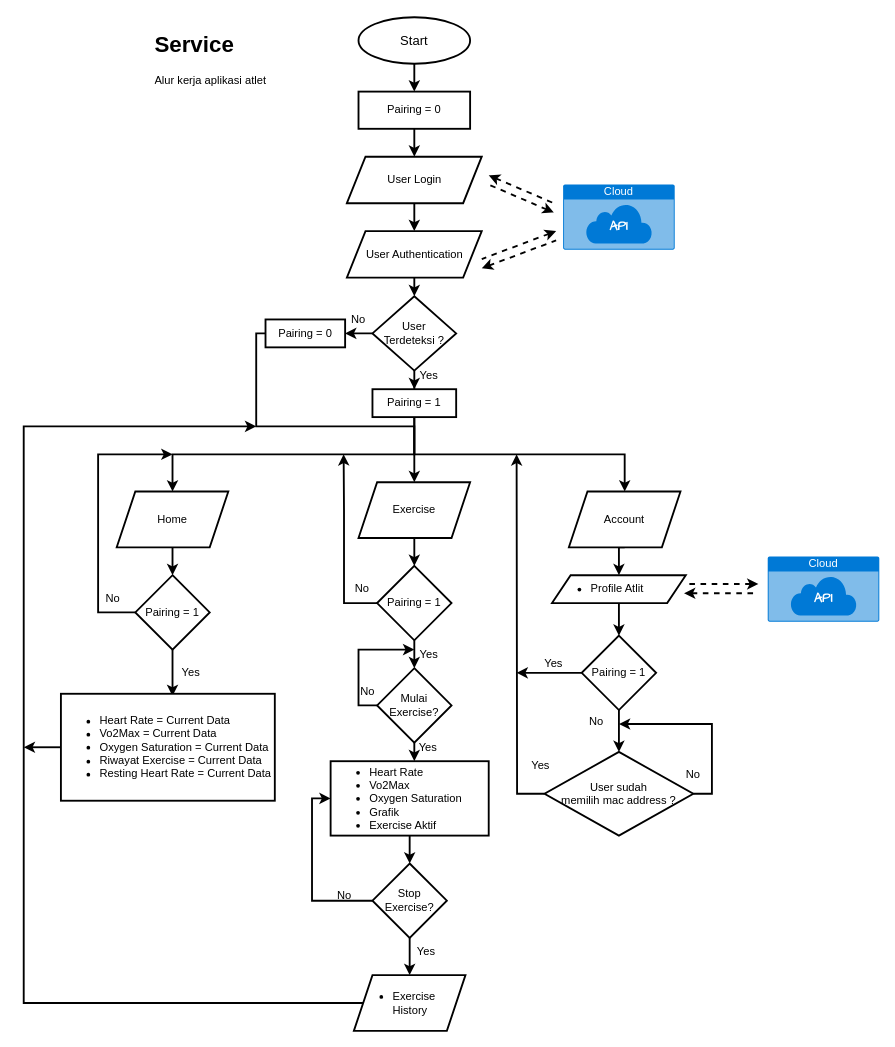
ilhamdestyo/draw.io keeps this draw.io diagram as Smartwatch.drawio. Above is the earlier version. Source tidied: cells renumbered, new cells numbered last; positions are measured from the earlier drawing's top-left corner, leaving out a move shared by most shapes. Both pictures are drawn from the tidied source at 93%, with x=0, y=0 at pixel (23, 17).
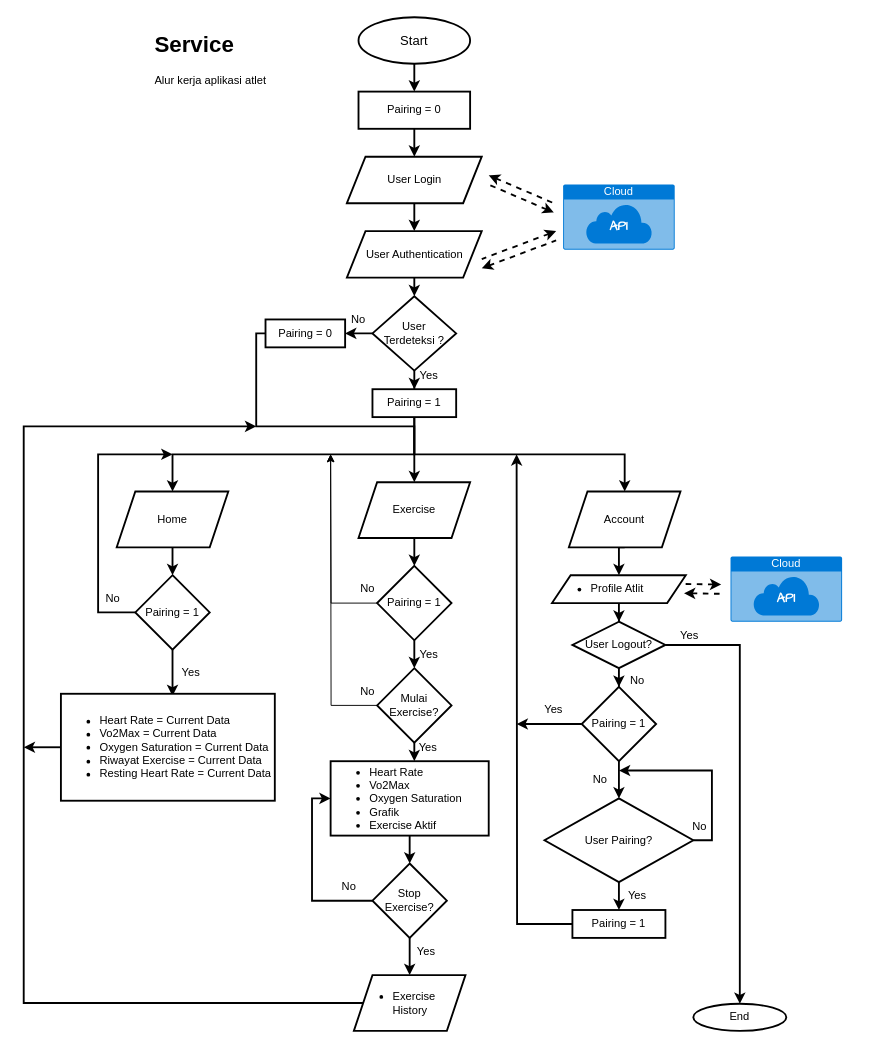
Above is the later version.

Unchanged cells that the change refers to:
```xml
<mxCell id="9" value="&lt;ul&gt;&lt;li&gt;Profile Atlit&lt;/li&gt;&lt;/ul&gt;" style="shape=parallelogram;perimeter=parallelogramPerimeter;whiteSpace=wrap;html=1;fixedSize=1;align=left;strokeWidth=2;" parent="1" vertex="1">
  <mxGeometry x="568.1" y="600" width="143.8" height="30" as="geometry" />
</mxCell>
<mxCell id="42" value="Pairing = 1" style="rhombus;whiteSpace=wrap;html=1;strokeWidth=2;" parent="1" vertex="1">
  <mxGeometry x="380" y="590" width="80" height="80" as="geometry" />
</mxCell>
<mxCell id="63" value="Mulai&lt;br&gt;Exercise?" style="rhombus;whiteSpace=wrap;html=1;strokeWidth=2;" parent="1" vertex="1">
  <mxGeometry x="380" y="700" width="80" height="80" as="geometry" />
</mxCell>
<mxCell id="64" value="Yes" style="text;html=1;strokeColor=none;fillColor=none;align=center;verticalAlign=middle;whiteSpace=wrap;rounded=0;strokeWidth=2;" parent="1" vertex="1">
  <mxGeometry x="405.6" y="670" width="60" height="30" as="geometry" />
</mxCell>
```

The edit, as a diff of the source:
```diff
@@
-    <mxCell id="8" style="edgeStyle=orthogonalEdgeStyle;rounded=0;jettySize=auto;html=1;entryX=0.5;entryY=0;entryDx=0;entryDy=0;strokeWidth=2;" parent="1" edge="1" source="9" target="76">
-      <mxGeometry relative="1" as="geometry" />
-    </mxCell>
+    <mxCell id="77" style="edgeStyle=orthogonalEdgeStyle;rounded=0;jettySize=auto;html=1;strokeWidth=2;" parent="1" edge="1" source="9" target="86">
+      <mxGeometry relative="1" as="geometry" />
+    </mxCell>
@@
     <mxCell id="10" style="endArrow=none;dashed=1;html=1;rounded=0;strokeWidth=2;startArrow=classic;startFill=1;" parent="1" edge="1">
       <mxGeometry relative="1" as="geometry">
-        <mxPoint x="790" y="609.4" as="sourcePoint" />
+        <mxPoint x="750" y="610" as="sourcePoint" />
         <mxPoint x="710" y="609.4" as="targetPoint" />
       </mxGeometry>
     </mxCell>
     <mxCell id="11" style="endArrow=none;dashed=1;html=1;rounded=0;strokeWidth=2;startArrow=classic;startFill=1;" parent="1" edge="1">
       <mxGeometry relative="1" as="geometry">
         <mxPoint x="710" y="619.4" as="sourcePoint" />
-        <mxPoint x="790" y="619.4" as="targetPoint" />
+        <mxPoint x="750" y="620" as="targetPoint" />
       </mxGeometry>
     </mxCell>
     <mxCell id="12" style="group;strokeWidth=2;" parent="1" vertex="1">
-      <mxGeometry x="800" y="580" width="120" height="70" as="geometry" />
+      <mxGeometry x="760" y="580" width="120" height="70" as="geometry" />
     </mxCell>
@@
-    <mxCell id="22" style="edgeStyle=orthogonalEdgeStyle;rounded=0;jettySize=auto;html=1;strokeWidth=2;" parent="1" edge="1" source="24">
-      <mxGeometry relative="1" as="geometry">
-        <mxPoint x="640" y="760" as="targetPoint" />
-        <Array as="points">
-          <mxPoint x="740" y="835" />
-          <mxPoint x="740" y="760" />
-        </Array>
-      </mxGeometry>
-    </mxCell>
-    <mxCell id="23" style="edgeStyle=orthogonalEdgeStyle;rounded=0;jettySize=auto;html=1;strokeWidth=2;" parent="1" edge="1" source="24">
+    <mxCell id="23" style="edgeStyle=orthogonalEdgeStyle;rounded=0;jettySize=auto;html=1;strokeWidth=2;exitX=0;exitY=0.5;exitDx=0;exitDy=0;" parent="1" edge="1" source="90">
       <mxGeometry relative="1" as="geometry">
         <mxPoint x="530" y="470" as="targetPoint" />
       </mxGeometry>
     </mxCell>
+    <mxCell id="78" style="edgeStyle=orthogonalEdgeStyle;rounded=0;jettySize=auto;html=1;strokeWidth=2;" parent="1" edge="1" source="24">
+      <mxGeometry relative="1" as="geometry">
+        <mxPoint x="640" y="810" as="targetPoint" />
+        <Array as="points">
+          <mxPoint x="740" y="885" />
+          <mxPoint x="740" y="810" />
+        </Array>
+      </mxGeometry>
+    </mxCell>
+    <mxCell id="79" style="edgeStyle=orthogonalEdgeStyle;rounded=0;jettySize=auto;html=1;strokeWidth=2;" parent="1" edge="1" source="24" target="90">
+      <mxGeometry relative="1" as="geometry" />
+    </mxCell>
-    <mxCell id="24" value="User sudah &lt;br&gt;memilih mac address ?" style="rhombus;whiteSpace=wrap;html=1;align=center;strokeWidth=2;" parent="1" vertex="1">
-      <mxGeometry x="560" y="790" width="160" height="90" as="geometry" />
+    <mxCell id="24" value="User Pairing?" style="rhombus;whiteSpace=wrap;html=1;align=center;strokeWidth=2;" parent="1" vertex="1">
+      <mxGeometry x="560" y="840" width="160" height="90" as="geometry" />
     </mxCell>
@@
     <mxCell id="28" value="No" style="text;html=1;strokeColor=none;fillColor=none;align=center;verticalAlign=middle;whiteSpace=wrap;rounded=0;strokeWidth=2;" parent="1" vertex="1">
-      <mxGeometry x="315" y="930" width="60" height="30" as="geometry" />
+      <mxGeometry x="320" y="920" width="60" height="30" as="geometry" />
     </mxCell>
     <mxCell id="29" value="No" style="text;html=1;strokeColor=none;fillColor=none;align=center;verticalAlign=middle;whiteSpace=wrap;rounded=0;strokeWidth=2;" parent="1" vertex="1">
-      <mxGeometry x="690" y="800" width="60" height="30" as="geometry" />
+      <mxGeometry x="700" y="860" width="53.8" height="20" as="geometry" />
     </mxCell>
     <mxCell id="30" value="Yes" style="text;html=1;strokeColor=none;fillColor=none;align=center;verticalAlign=middle;whiteSpace=wrap;rounded=0;strokeWidth=2;" parent="1" vertex="1">
-      <mxGeometry x="526.2" y="790" width="60" height="30" as="geometry" />
+      <mxGeometry x="630" y="930" width="60" height="30" as="geometry" />
     </mxCell>
@@
-    <mxCell id="40" style="edgeStyle=orthogonalEdgeStyle;rounded=0;jettySize=auto;html=1;strokeWidth=2;" parent="1" edge="1" source="42">
-      <mxGeometry relative="1" as="geometry">
-        <mxPoint x="344" y="470" as="targetPoint" />
-        <Array as="points">
-          <mxPoint x="344.4" y="630" />
-          <mxPoint x="344.4" y="530" />
-        </Array>
-      </mxGeometry>
-    </mxCell>
@@
+    <mxCell id="80" style="edgeStyle=orthogonalEdgeStyle;rounded=0;jettySize=auto;html=1;" parent="1" edge="1" source="42">
+      <mxGeometry relative="1" as="geometry">
+        <mxPoint x="330" y="470" as="targetPoint" />
+      </mxGeometry>
+    </mxCell>
@@
-    <mxCell id="47" value="Yes" style="text;html=1;strokeColor=none;fillColor=none;align=center;verticalAlign=middle;whiteSpace=wrap;rounded=0;strokeWidth=2;" parent="1" vertex="1">
-      <mxGeometry x="540" y="680" width="60" height="30" as="geometry" />
-    </mxCell>
@@
     <mxCell id="49" value="No" style="text;html=1;strokeColor=none;fillColor=none;align=center;verticalAlign=middle;whiteSpace=wrap;rounded=0;strokeWidth=2;" parent="1" vertex="1">
-      <mxGeometry x="334.4" y="600" width="60" height="30" as="geometry" />
+      <mxGeometry x="340" y="600" width="60" height="30" as="geometry" />
     </mxCell>
     <mxCell id="50" value="No" style="text;html=1;strokeColor=none;fillColor=none;align=center;verticalAlign=middle;whiteSpace=wrap;rounded=0;strokeWidth=2;" parent="1" vertex="1">
-      <mxGeometry x="586.2" y="743" width="60" height="30" as="geometry" />
+      <mxGeometry x="630" y="697.5" width="60" height="30" as="geometry" />
     </mxCell>
@@
-    <mxCell id="62" style="edgeStyle=orthogonalEdgeStyle;rounded=0;jettySize=auto;html=1;entryX=0.239;entryY=0.333;entryDx=0;entryDy=0;entryPerimeter=0;strokeWidth=2;" parent="1" edge="1" source="63" target="64">
-      <mxGeometry relative="1" as="geometry">
-        <Array as="points">
-          <mxPoint x="360" y="740" />
-          <mxPoint x="360" y="680" />
-        </Array>
-      </mxGeometry>
-    </mxCell>
+    <mxCell id="81" style="edgeStyle=orthogonalEdgeStyle;rounded=0;jettySize=auto;html=1;" parent="1" edge="1" source="63">
+      <mxGeometry relative="1" as="geometry">
+        <mxPoint x="330" y="470" as="targetPoint" />
+      </mxGeometry>
+    </mxCell>
@@
+    <mxCell id="82" style="edgeStyle=orthogonalEdgeStyle;rounded=0;jettySize=auto;html=1;strokeWidth=2;" parent="1" edge="1" source="76">
+      <mxGeometry relative="1" as="geometry">
+        <mxPoint x="530" y="760" as="targetPoint" />
+      </mxGeometry>
+    </mxCell>
@@
-    <mxCell id="75" style="edgeStyle=orthogonalEdgeStyle;rounded=0;jettySize=auto;html=1;strokeWidth=2;" parent="1" edge="1" source="76">
-      <mxGeometry relative="1" as="geometry">
-        <mxPoint x="530" y="705" as="targetPoint" />
-      </mxGeometry>
-    </mxCell>
     <mxCell id="76" value="Pairing = 1" style="rhombus;whiteSpace=wrap;html=1;strokeWidth=2;" parent="1" vertex="1">
-      <mxGeometry x="600" y="665" width="80" height="80" as="geometry" />
+      <mxGeometry x="600" y="720" width="80" height="80" as="geometry" />
     </mxCell>
+    <mxCell id="83" value="Yes" style="text;html=1;strokeColor=none;fillColor=none;align=center;verticalAlign=middle;whiteSpace=wrap;rounded=0;strokeWidth=2;" parent="1" vertex="1">
+      <mxGeometry x="686.2" y="650" width="60" height="30" as="geometry" />
+    </mxCell>
+    <mxCell id="84" style="edgeStyle=orthogonalEdgeStyle;rounded=0;jettySize=auto;html=1;strokeWidth=2;" parent="1" edge="1" source="86" target="87">
+      <mxGeometry relative="1" as="geometry">
+        <Array as="points">
+          <mxPoint x="770" y="675" />
+          <mxPoint x="770" y="1055" />
+        </Array>
+      </mxGeometry>
+    </mxCell>
+    <mxCell id="85" style="edgeStyle=orthogonalEdgeStyle;rounded=0;jettySize=auto;html=1;strokeWidth=2;" parent="1" edge="1" source="86" target="76">
+      <mxGeometry relative="1" as="geometry" />
+    </mxCell>
+    <mxCell id="86" value="User Logout?" style="rhombus;whiteSpace=wrap;html=1;align=center;strokeWidth=2;" parent="1" vertex="1">
+      <mxGeometry x="590" y="650" width="100" height="50" as="geometry" />
+    </mxCell>
+    <mxCell id="87" value="End" style="ellipse;whiteSpace=wrap;html=1;strokeWidth=2;" parent="1" vertex="1">
+      <mxGeometry x="720" y="1060.8" width="100" height="29.2" as="geometry" />
+    </mxCell>
+    <mxCell id="88" value="Yes" style="text;html=1;strokeColor=none;fillColor=none;align=center;verticalAlign=middle;whiteSpace=wrap;rounded=0;strokeWidth=2;" parent="1" vertex="1">
+      <mxGeometry x="540" y="730" width="60" height="30" as="geometry" />
+    </mxCell>
+    <mxCell id="89" value="No" style="text;html=1;strokeColor=none;fillColor=none;align=center;verticalAlign=middle;whiteSpace=wrap;rounded=0;strokeWidth=2;" parent="1" vertex="1">
+      <mxGeometry x="600" y="810" width="40" height="20" as="geometry" />
+    </mxCell>
+    <mxCell id="90" value="Pairing = 1" style="rounded=0;whiteSpace=wrap;html=1;strokeWidth=2;" parent="1" vertex="1">
+      <mxGeometry x="590" y="960" width="100" height="30" as="geometry" />
+    </mxCell>
```
